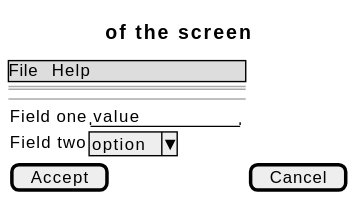
Before: docs/01-requirements/use-cases/exportMyData/wireframes.svg, a diagram exported from PlantUML (didactika/kampus). The source it was exported from:
```plantuml
@startsalt
{
  {* File | Help }
  ==
  Title of the screen
  --
  {
    Field one | "value        "
    Field two | ^option^
  }
  [ Accept ] | [ Cancel ]
}
@endsalt
```
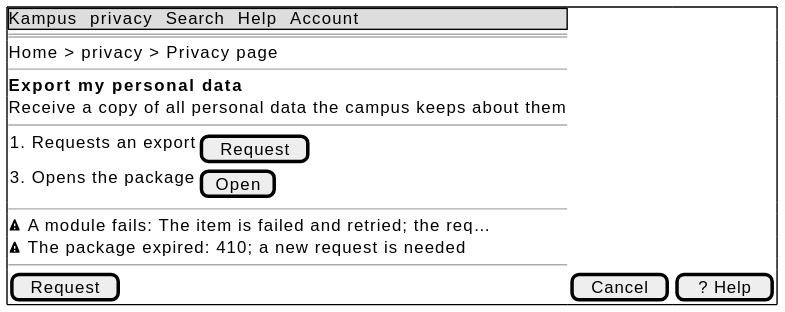
The same file after the commit.

The edit, as a diff of the source:
```diff
@@ -1,13 +1,20 @@
 @startsalt
-{
-  {* File | Help }
+{+
+  {* Kampus | privacy | Search | Help | Account }
   ==
-  Title of the screen
+  Home > privacy > Privacy page
+  --
+  <b>Export my personal data
+  Receive a copy of all personal data the campus keeps about them
   --
   {
-    Field one | "value        "
-    Field two | ^option^
+    1. Requests an export | [ Request ]
+    3. Opens the package | [ Open ]
   }
-  [ Accept ] | [ Cancel ]
+  --
+  <&warning> A module fails: The item is failed and retried; the req…
+  <&warning> The package expired: 410; a new request is needed
+  --
+  [ Request ] | [ Cancel ] | [ ? Help ]
 }
 @endsalt
```
